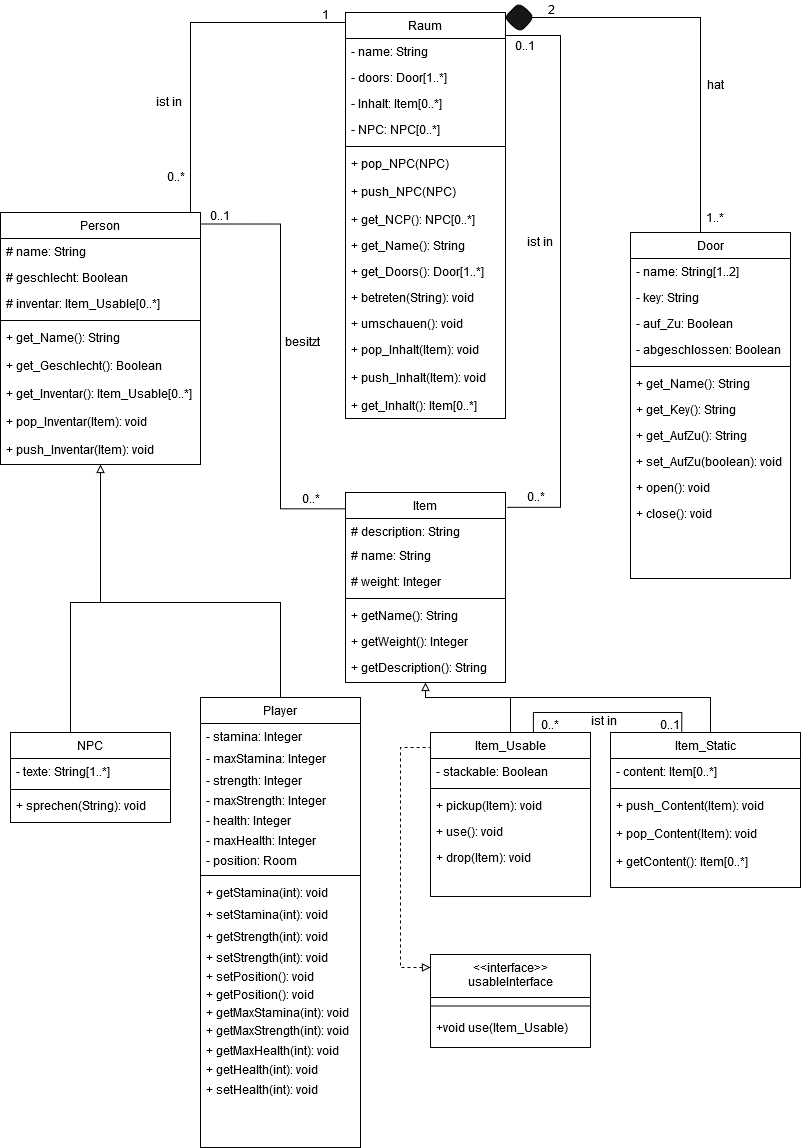
Elegond/AE-Text-Adventure keeps this draw.io diagram as Klassendiagram.png. Above is the earlier version. Source tidied: cells renumbered, new cells last; positions are measured from the earlier drawing's top-left corner, leaving out a move shared by most shapes.
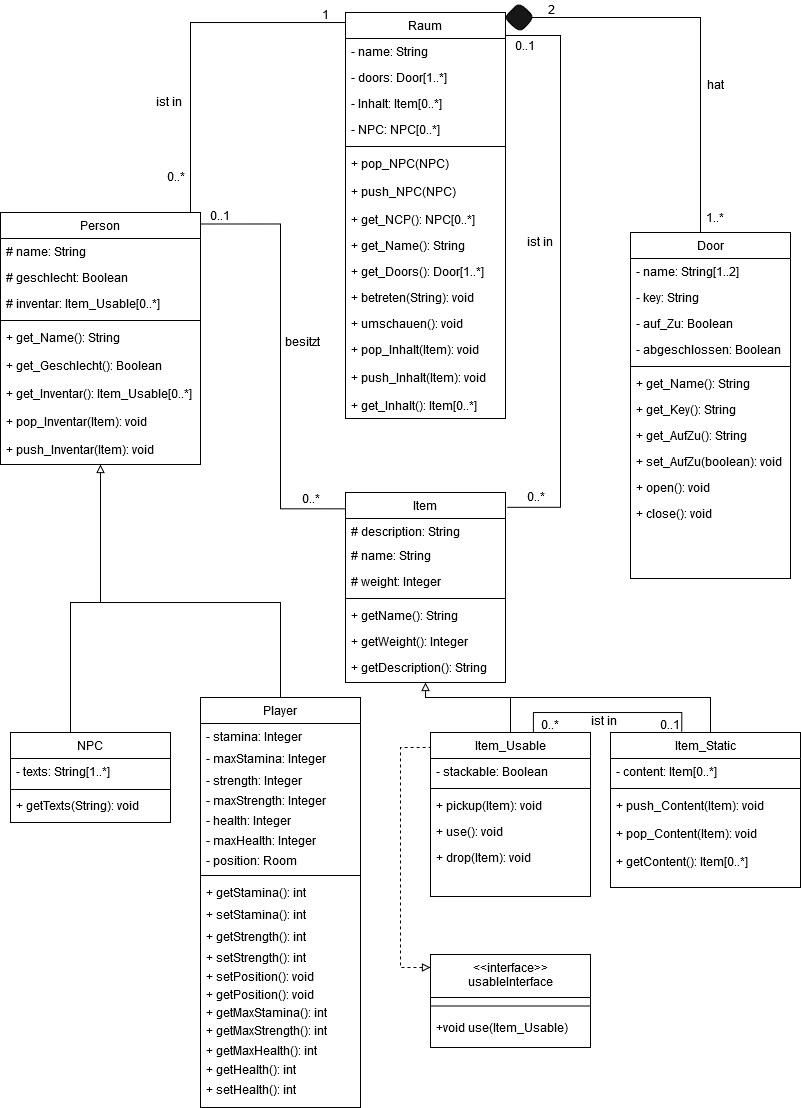
Later version of the same file.

Diff of the diagram source:
```diff
@@ -281,13 +281,13 @@
     <mxCell id="80" value="NPC" style="swimlane;fontStyle=0;align=center;verticalAlign=top;horizontal=1;startSize=26;rounded=0;shadow=0;strokeWidth=1;" parent="1" vertex="1">
       <mxGeometry x="10" y="732" width="160" height="90" as="geometry" />
     </mxCell>
-    <mxCell id="81" value="- texte: String[1..*]" style="text;align=left;verticalAlign=top;spacingLeft=4;spacingRight=4;overflow=hidden;" parent="80" vertex="1">
+    <mxCell id="81" value="- texts: String[1..*]" style="text;align=left;verticalAlign=top;spacingLeft=4;spacingRight=4;overflow=hidden;" parent="80" vertex="1">
       <mxGeometry y="26" width="160" height="28" as="geometry" />
     </mxCell>
     <mxCell id="82" style="line;html=1;strokeWidth=1;align=left;verticalAlign=middle;spacingTop=-1;spacingLeft=3;spacingRight=3;labelPosition=right;" parent="80" vertex="1">
       <mxGeometry y="54" width="160" height="6" as="geometry" />
     </mxCell>
-    <mxCell id="83" value="+ sprechen(String): void" style="text;align=left;verticalAlign=top;spacingLeft=4;spacingRight=4;overflow=hidden;" parent="80" vertex="1">
+    <mxCell id="83" value="+ getTexts(String): void" style="text;align=left;verticalAlign=top;spacingLeft=4;spacingRight=4;overflow=hidden;" parent="80" vertex="1">
       <mxGeometry y="60" width="160" height="28" as="geometry" />
     </mxCell>
     <mxCell id="84" style="edgeStyle=orthogonalEdgeStyle;rounded=0;jettySize=auto;html=1;endArrow=none;endFill=0;exitX=0.643;exitY=-0.001;exitDx=0;exitDy=0;exitPerimeter=0;entryX=0.375;entryY=-0.004;entryDx=0;entryDy=0;entryPerimeter=0;" parent="1" edge="1" source="47" target="40">
@@ -330,7 +330,7 @@
       <mxGeometry y="60" width="160" height="26" as="geometry" />
     </mxCell>
     <mxCell id="93" value="Player" style="swimlane;fontStyle=0;align=center;verticalAlign=top;horizontal=1;startSize=26;rounded=0;shadow=0;strokeWidth=1;" parent="1" vertex="1">
-      <mxGeometry x="200" y="697" width="160" height="450" as="geometry" />
+      <mxGeometry x="200" y="697" width="160" height="410" as="geometry" />
     </mxCell>
     <mxCell id="94" value="- stamina: Integer" style="text;align=left;verticalAlign=top;spacingLeft=4;spacingRight=4;overflow=hidden;rounded=0;shadow=0;html=0;" parent="93" vertex="1">
       <mxGeometry y="26" width="160" height="22" as="geometry" />
@@ -356,22 +356,22 @@
     <mxCell id="101" style="line;html=1;strokeWidth=1;align=left;verticalAlign=middle;spacingTop=-1;spacingLeft=3;spacingRight=3;labelPosition=right;" parent="93" vertex="1">
       <mxGeometry y="174" width="160" height="8" as="geometry" />
     </mxCell>
-    <mxCell id="102" value="+ getStamina(int): void" style="text;align=left;verticalAlign=top;spacingLeft=4;spacingRight=4;overflow=hidden;" parent="93" vertex="1">
+    <mxCell id="102" value="+ getStamina(): int" style="text;align=left;verticalAlign=top;spacingLeft=4;spacingRight=4;overflow=hidden;" parent="93" vertex="1">
       <mxGeometry y="182" width="160" height="22" as="geometry" />
     </mxCell>
-    <mxCell id="103" value="+ setStamina(int): void" style="text;align=left;verticalAlign=top;spacingLeft=4;spacingRight=4;overflow=hidden;" parent="93" vertex="1">
+    <mxCell id="103" value="+ setStamina(): int" style="text;align=left;verticalAlign=top;spacingLeft=4;spacingRight=4;overflow=hidden;" parent="93" vertex="1">
       <mxGeometry y="204" width="160" height="22" as="geometry" />
     </mxCell>
-    <mxCell id="104" value="+ getStrength(int): void" style="text;align=left;verticalAlign=top;spacingLeft=4;spacingRight=4;overflow=hidden;" parent="93" vertex="1">
+    <mxCell id="104" value="+ getStrength(): int" style="text;align=left;verticalAlign=top;spacingLeft=4;spacingRight=4;overflow=hidden;" parent="93" vertex="1">
       <mxGeometry y="226" width="160" height="21" as="geometry" />
     </mxCell>
-    <mxCell id="105" value="+ setStrength(int): void" style="text;align=left;verticalAlign=top;spacingLeft=4;spacingRight=4;overflow=hidden;" parent="93" vertex="1">
+    <mxCell id="105" value="+ setStrength(): int" style="text;align=left;verticalAlign=top;spacingLeft=4;spacingRight=4;overflow=hidden;" parent="93" vertex="1">
       <mxGeometry y="247" width="160" height="25" as="geometry" />
     </mxCell>
-    <mxCell id="106" value="+ getHealth(int): void" style="text;align=left;verticalAlign=top;spacingLeft=4;spacingRight=4;overflow=hidden;" parent="1" vertex="1">
+    <mxCell id="106" value="+ getHealth(): int" style="text;align=left;verticalAlign=top;spacingLeft=4;spacingRight=4;overflow=hidden;" parent="1" vertex="1">
       <mxGeometry x="200" y="1056" width="160" height="27" as="geometry" />
     </mxCell>
-    <mxCell id="107" value="+ setHealth(int): void" style="text;align=left;verticalAlign=top;spacingLeft=4;spacingRight=4;overflow=hidden;" parent="1" vertex="1">
+    <mxCell id="107" value="+ setHealth(): int" style="text;align=left;verticalAlign=top;spacingLeft=4;spacingRight=4;overflow=hidden;" parent="1" vertex="1">
       <mxGeometry x="200" y="1076" width="160" height="27" as="geometry" />
     </mxCell>
     <mxCell id="108" value="+ getPosition(): void" style="text;align=left;verticalAlign=top;spacingLeft=4;spacingRight=4;overflow=hidden;" parent="1" vertex="1">
@@ -380,13 +380,13 @@
     <mxCell id="109" value="+ setPosition(): void" style="text;align=left;verticalAlign=top;spacingLeft=4;spacingRight=4;overflow=hidden;" parent="1" vertex="1">
       <mxGeometry x="200" y="963" width="160" height="27" as="geometry" />
     </mxCell>
-    <mxCell id="110" value="+ getMaxStamina(int): void" style="text;align=left;verticalAlign=top;spacingLeft=4;spacingRight=4;overflow=hidden;" parent="1" vertex="1">
+    <mxCell id="110" value="+ getMaxStamina(): int" style="text;align=left;verticalAlign=top;spacingLeft=4;spacingRight=4;overflow=hidden;" parent="1" vertex="1">
       <mxGeometry x="200" y="999" width="160" height="27" as="geometry" />
     </mxCell>
-    <mxCell id="111" value="+ getMaxStrength(int): void" style="text;align=left;verticalAlign=top;spacingLeft=4;spacingRight=4;overflow=hidden;" parent="1" vertex="1">
+    <mxCell id="111" value="+ getMaxStrength(): int" style="text;align=left;verticalAlign=top;spacingLeft=4;spacingRight=4;overflow=hidden;" parent="1" vertex="1">
       <mxGeometry x="200" y="1017" width="160" height="27" as="geometry" />
     </mxCell>
-    <mxCell id="112" value="+ getMaxHealth(int): void" style="text;align=left;verticalAlign=top;spacingLeft=4;spacingRight=4;overflow=hidden;" parent="1" vertex="1">
+    <mxCell id="112" value="+ getMaxHealth(): int" style="text;align=left;verticalAlign=top;spacingLeft=4;spacingRight=4;overflow=hidden;" parent="1" vertex="1">
       <mxGeometry x="200" y="1037" width="160" height="27" as="geometry" />
     </mxCell>
   </root>
```
